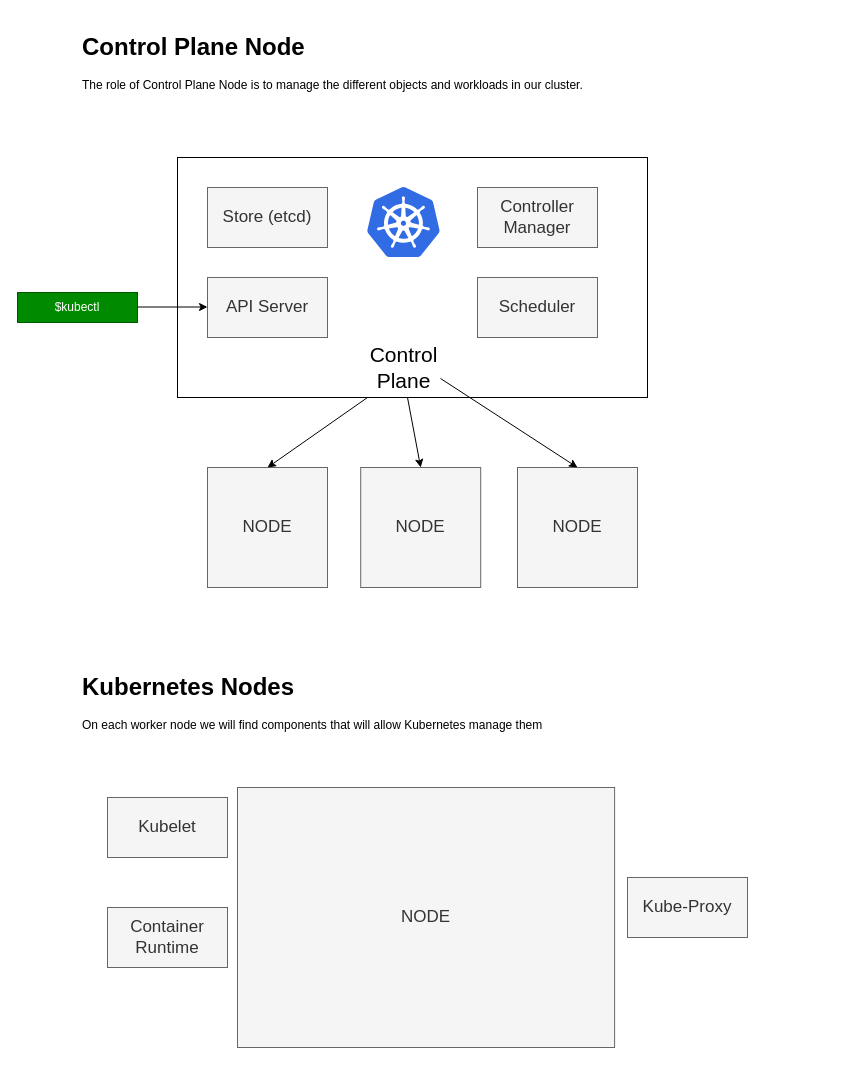
Earlier version of the draw.io diagram page "Page-4" (4 of 5) of 01-k8s-basic-features/k8s-basics.drawio (Lemoncode/k8s-fundamentals). Source tidied: cells renumbered, new cells numbered last; positions are measured from the earlier drawing's top-left corner, leaving out a move shared by most shapes. Both pictures are drawn from the tidied source at 100%, with x=0, y=0 at pixel (17, 27).
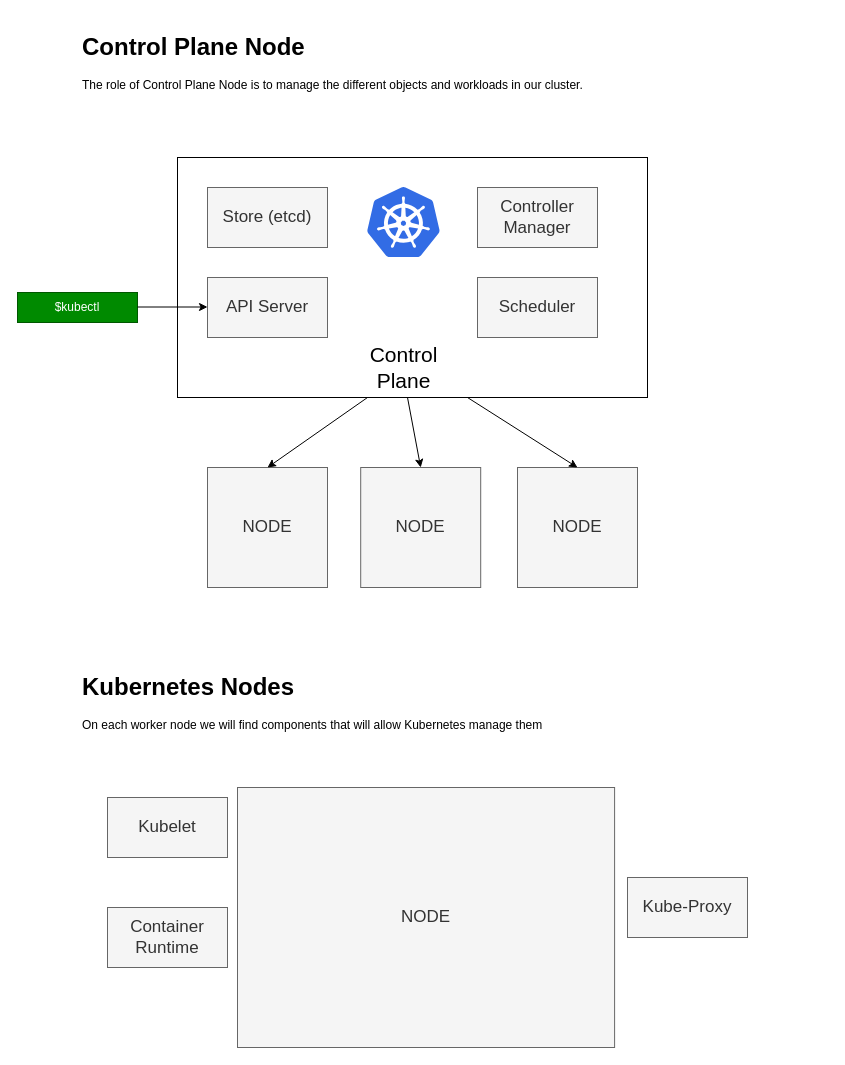
After the change.

Unchanged cells that the change refers to:
```xml
<mxCell id="9" value="&lt;font style=&quot;font-size: 21px&quot;&gt;Control Plane&lt;/font&gt;" style="text;html=1;strokeColor=none;fillColor=none;align=center;verticalAlign=middle;whiteSpace=wrap;rounded=0;" parent="1" vertex="1">
  <mxGeometry x="343.2" y="330" width="86.5" height="20" as="geometry" />
</mxCell>
<mxCell id="11" value="&lt;font style=&quot;font-size: 17px&quot;&gt;NODE&lt;/font&gt;" style="rounded=0;whiteSpace=wrap;html=1;fillColor=#f5f5f5;strokeColor=#666666;fontColor=#333333;" parent="1" vertex="1">
  <mxGeometry x="500" y="440" width="120" height="120" as="geometry" />
</mxCell>
```

Diff of the diagram source:
```diff
@@
-    <mxCell id="15" style="endArrow=classic;html=1;exitX=0.923;exitY=1.05;exitDx=0;exitDy=0;exitPerimeter=0;entryX=0.5;entryY=0;entryDx=0;entryDy=0;" parent="1" edge="1" source="9" target="11">
-      <mxGeometry relative="1" as="geometry" />
+    <mxCell id="15" style="endArrow=classic;html=1;entryX=0.5;entryY=0;entryDx=0;entryDy=0;" parent="1" edge="1" target="11">
+      <mxGeometry relative="1" as="geometry">
+        <mxPoint x="450" y="370" as="sourcePoint" />
+      </mxGeometry>
     </mxCell>
```
